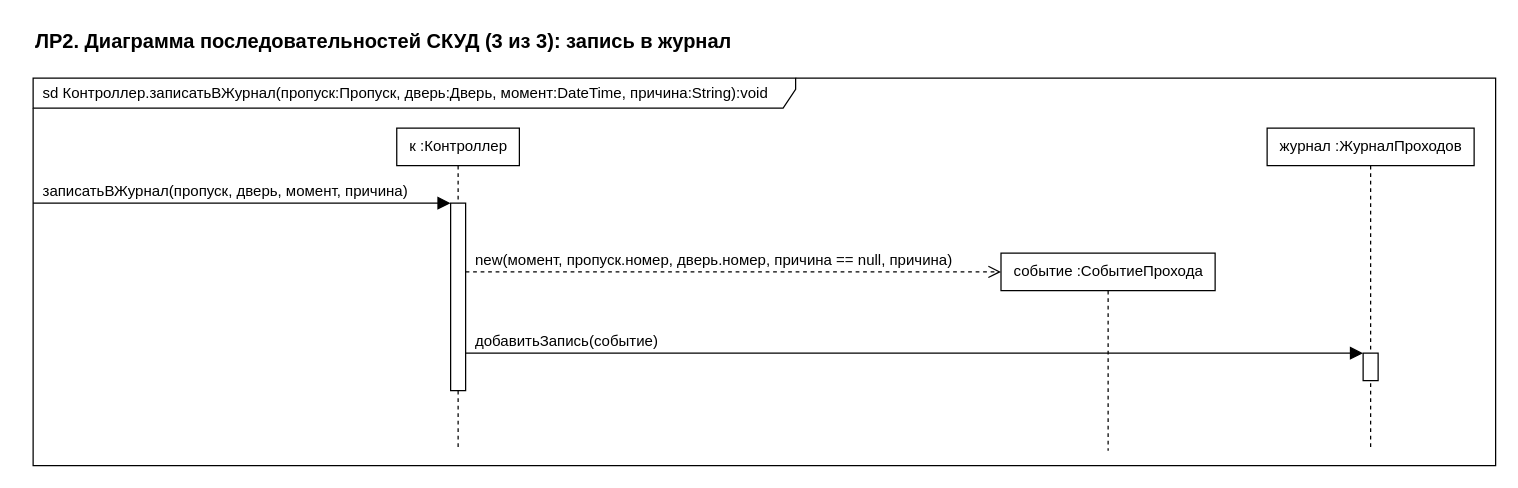
This is page "ЛР2 — Последовательность 3 (журнал)" (10 of 10) of СКУД.drawio from Rem1yo/ooap-skud-uml, a draw.io file, before an edit. Source tidied: cells renumbered, new cells numbered last; positions are measured from the earlier drawing's top-left corner, leaving out a move shared by most shapes. Both pictures are drawn from the tidied source at 125%, with x=0, y=0 at pixel (32, 21).
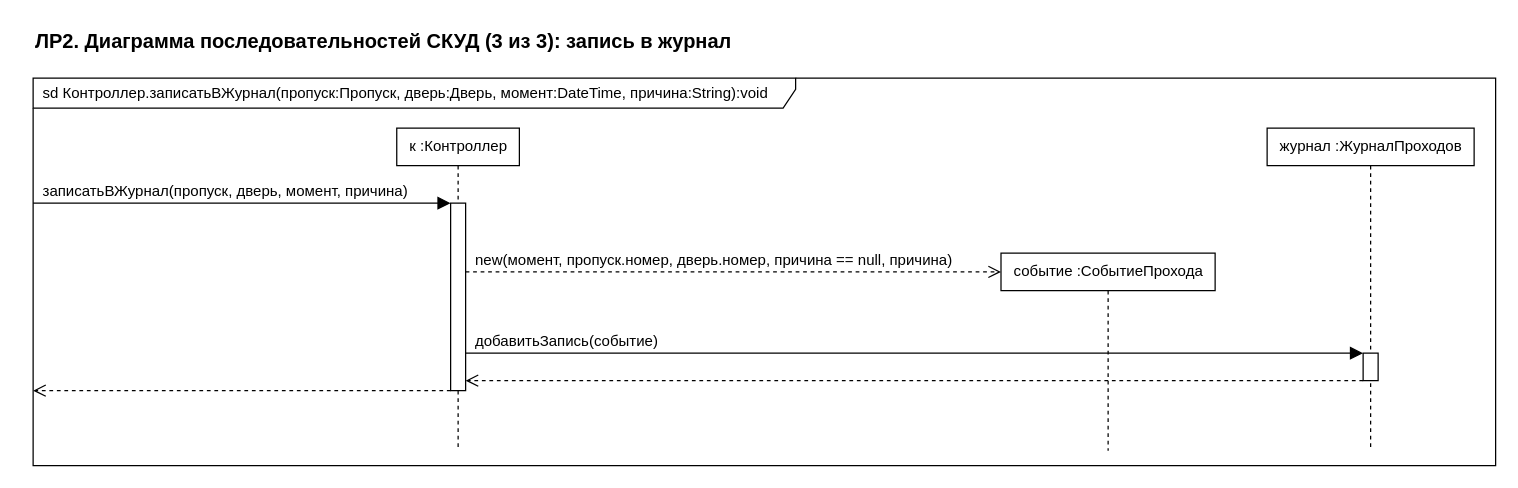
Above is the later version.

What changed in the source:
```diff
@@
+    <mxCell id="18" style="edgeStyle=none;html=1;rounded=0;strokeColor=#000000;dashed=1;endArrow=open;endFill=0;endSize=8;" parent="1" edge="1">
+      <mxGeometry relative="1" as="geometry">
+        <mxPoint x="1064" y="287" as="sourcePoint" />
+        <mxPoint x="346" y="287" as="targetPoint" />
+      </mxGeometry>
+    </mxCell>
+    <mxCell id="19" style="edgeStyle=none;html=1;rounded=0;strokeColor=#000000;dashed=1;endArrow=open;endFill=0;endSize=8;" parent="1" edge="1">
+      <mxGeometry relative="1" as="geometry">
+        <mxPoint x="334" y="295" as="sourcePoint" />
+        <mxPoint y="295" as="targetPoint" />
+      </mxGeometry>
+    </mxCell>
```
